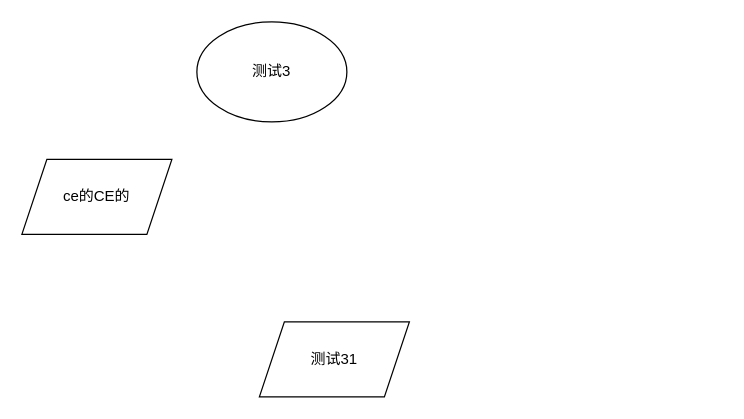
housailei-code/LiuLei-ss keeps this draw.io diagram as 测试架构图.drawio. Above is the earlier version. Source tidied: cells renumbered, new cells numbered last; positions are measured from the earlier drawing's top-left corner, leaving out a move shared by most shapes. Both pictures are drawn from the tidied source at 125%, with x=0, y=0 at pixel (21, 21).
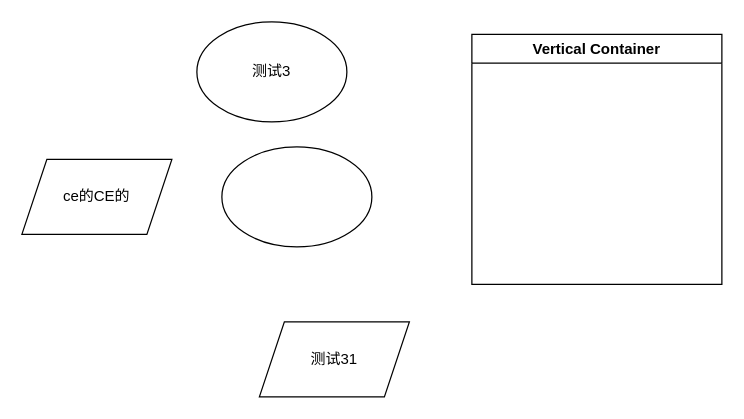
The same page after the edit.

Commit message (it also covers changes not shown here):
更新测试架构图.drawio

The edit, as a diff of the source:
```diff
@@
 <mxGraphModel>
   <root>
     <mxCell id="0" />
     <mxCell id="1" parent="0" />
     <mxCell id="2" value="ce的CE的" style="shape=parallelogram;perimeter=parallelogramPerimeter;whiteSpace=wrap;html=1;fixedSize=1;" parent="1" vertex="1">
       <mxGeometry y="110" width="120" height="60" as="geometry" />
     </mxCell>
     <mxCell id="3" value="测试3" style="ellipse;whiteSpace=wrap;html=1;" parent="1" vertex="1">
       <mxGeometry x="140" width="120" height="80" as="geometry" />
     </mxCell>
     <mxCell id="4" value="测试31" style="shape=parallelogram;perimeter=parallelogramPerimeter;whiteSpace=wrap;html=1;fixedSize=1;" parent="1" vertex="1">
       <mxGeometry x="190" y="240" width="120" height="60" as="geometry" />
     </mxCell>
+    <mxCell id="5" value="Vertical Container" style="swimlane;whiteSpace=wrap;html=1;" parent="1" vertex="1">
+      <mxGeometry x="360" y="10" width="200" height="200" as="geometry" />
+    </mxCell>
+    <mxCell id="6" style="ellipse;whiteSpace=wrap;html=1;" parent="1" vertex="1">
+      <mxGeometry x="160" y="100" width="120" height="80" as="geometry" />
+    </mxCell>
   </root>
 </mxGraphModel>
```
